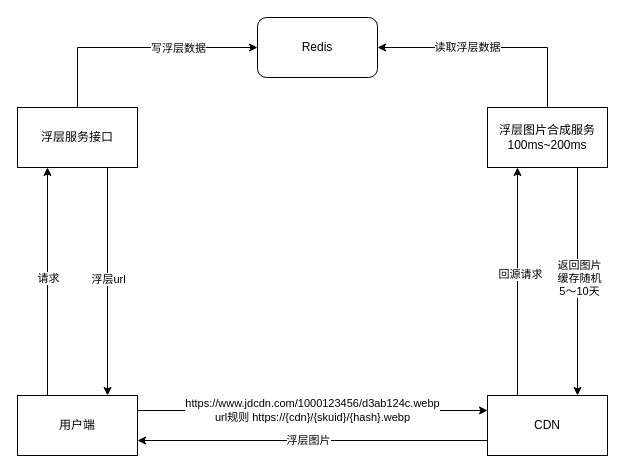
Above: 图层合成服务.drawio in baosiqing/draw (draw.io), before the change. Source tidied: cells renumbered, new cells numbered last; positions are measured from the earlier drawing's top-left corner, leaving out a move shared by most shapes. Both pictures are drawn from the tidied source at 100%, with x=0, y=0 at pixel (17, 17).
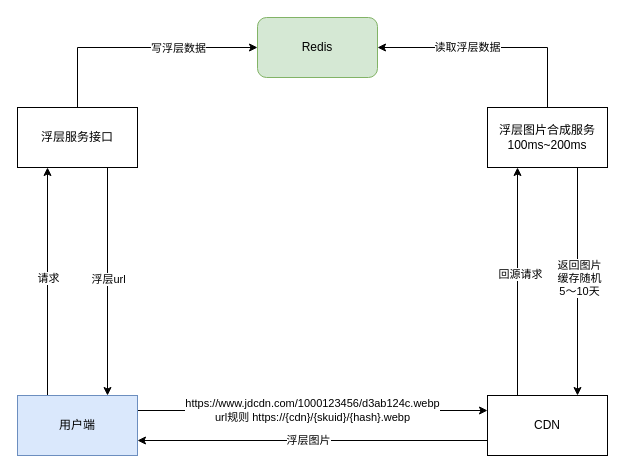
Above is the later version.

Commit message:
更新图层合成服务.drawio

What changed in the source:
```diff
@@
-    <mxCell id="16" value="Redis" style="rounded=1;whiteSpace=wrap;html=1;" parent="1" vertex="1">
+    <mxCell id="16" value="Redis" style="rounded=1;whiteSpace=wrap;html=1;fillColor=#d5e8d4;strokeColor=#82b366;" parent="1" vertex="1">
       <mxGeometry x="240" width="120" height="60" as="geometry" />
     </mxCell>
@@
-    <mxCell id="21" value="用户端" style="rounded=0;whiteSpace=wrap;html=1;" parent="1" vertex="1">
+    <mxCell id="21" value="用户端" style="rounded=0;whiteSpace=wrap;html=1;fillColor=#dae8fc;strokeColor=#6c8ebf;" parent="1" vertex="1">
       <mxGeometry y="378" width="120" height="60" as="geometry" />
     </mxCell>
```
